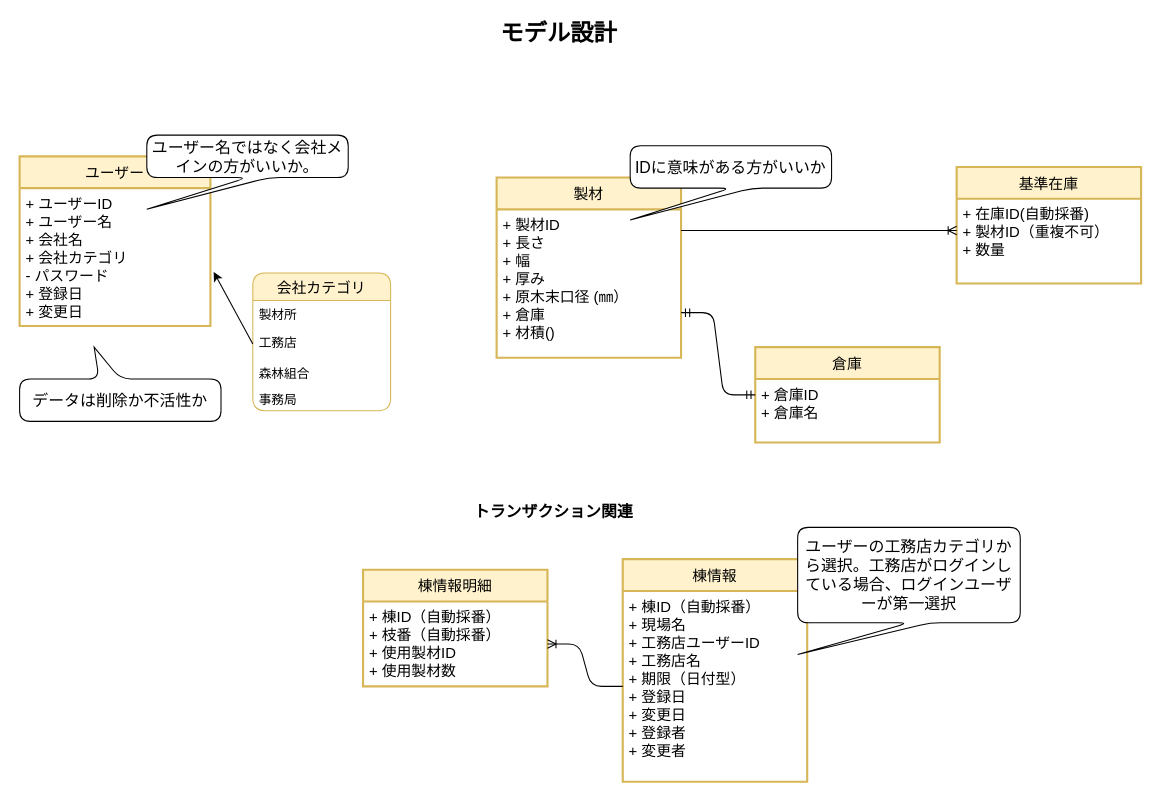
This is 2.モデル図.dio from sutefu23/yame-supply, a draw.io file, before an edit. Source tidied: cells renumbered, new cells numbered last; positions are measured from the earlier drawing's top-left corner, leaving out a move shared by most shapes. Both pictures are drawn from the tidied source at 106%, with x=0, y=0 at pixel (19, 18).
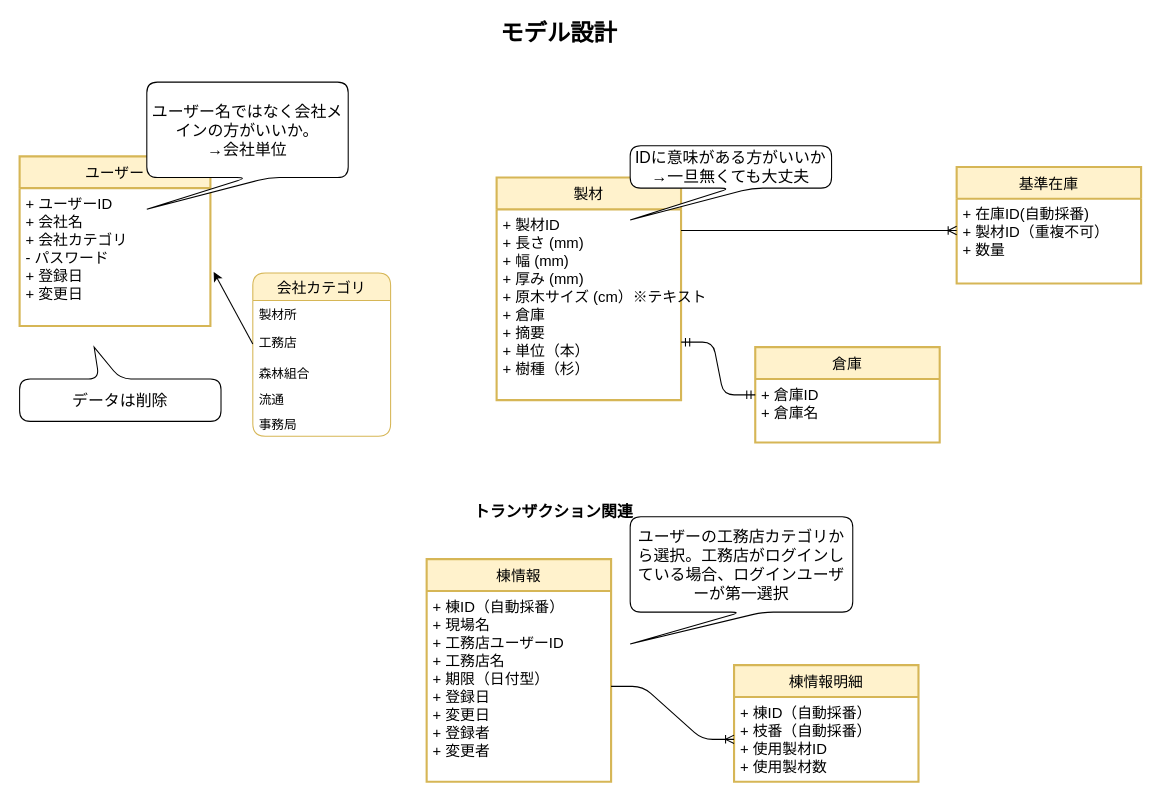
After the change.

Commit message (it also covers changes not shown here):
8月31日話し合い

Unchanged cells that the change refers to:
```xml
<mxCell id="2" value="ユーザー" style="swimlane;horizontal=1;startSize=30;rounded=0;fontSize=14;fontStyle=0;strokeWidth=2;shadow=0;dashed=0;align=center;swimlaneLine=1;fillColor=#fff2cc;strokeColor=#d6b656;" parent="1" vertex="1">
  <mxGeometry y="130" width="180" height="160" as="geometry" />
</mxCell>
```

What changed in the source:
```diff
@@
-    <mxCell id="3" value="+ ユーザーID&#10;+ ユーザー名&#10;+ 会社名&#10;+ 会社カテゴリ&#10;- パスワード&#10;+ 登録日&#10;+ 変更日&#10;" style="align=left;strokeColor=none;fillColor=none;spacingLeft=4;fontSize=14;verticalAlign=top;" parent="2" vertex="1">
+    <mxCell id="3" value="+ ユーザーID&#10;+ 会社名&#10;+ 会社カテゴリ&#10;- パスワード&#10;+ 登録日&#10;+ 変更日&#10;" style="align=left;strokeColor=none;fillColor=none;spacingLeft=4;fontSize=14;verticalAlign=top;" parent="2" vertex="1">
       <mxGeometry y="30" width="180" height="130" as="geometry" />
     </mxCell>
     <mxCell id="4" value="製材" style="swimlane;horizontal=1;startSize=30;rounded=0;fontSize=14;fontStyle=0;strokeWidth=2;shadow=0;dashed=0;align=center;fillColor=#fff2cc;strokeColor=#d6b656;" parent="1" vertex="1">
-      <mxGeometry x="450" y="150" width="174" height="170" as="geometry" />
+      <mxGeometry x="450" y="150" width="174" height="210" as="geometry" />
     </mxCell>
-    <mxCell id="5" value="+ 製材ID&#10;+ 長さ&#10;+ 幅&#10;+ 厚み&#10;+ 原木末口径 (㎜）&#10;+ 倉庫&#10;+ 材積()" style="align=left;strokeColor=none;fillColor=none;spacingLeft=4;fontSize=14;verticalAlign=top;" parent="4" vertex="1">
-      <mxGeometry y="30" width="174" height="140" as="geometry" />
+    <mxCell id="5" value="+ 製材ID&#10;+ 長さ (mm)&#10;+ 幅 (mm)&#10;+ 厚み (mm)&#10;+ 原木サイズ (cm）※テキスト&#10;+ 倉庫&#10;+ 摘要&#10;+ 単位（本）&#10;+ 樹種（杉）" style="align=left;strokeColor=none;fillColor=none;spacingLeft=4;fontSize=14;verticalAlign=top;" parent="4" vertex="1">
+      <mxGeometry y="30" width="174" height="180" as="geometry" />
     </mxCell>
@@
     <mxCell id="7" value="会社カテゴリ" style="swimlane;fontStyle=0;horizontal=1;startSize=26;align=center;fontSize=14;rounded=1;fillColor=#fff2cc;strokeColor=#d6b656;" parent="1" vertex="1">
-      <mxGeometry x="220" y="240" width="130" height="130" as="geometry" />
+      <mxGeometry x="220" y="240" width="130" height="154" as="geometry" />
     </mxCell>
@@
+    <mxCell id="31" value="流通" style="text;strokeColor=none;fillColor=none;spacingLeft=4;spacingRight=4;overflow=hidden;fontSize=12;" parent="7" vertex="1">
+      <mxGeometry y="106" width="130" height="24" as="geometry" />
+    </mxCell>
     <mxCell id="11" value="事務局" style="text;strokeColor=none;fillColor=none;spacingLeft=4;spacingRight=4;overflow=hidden;fontSize=12;" parent="7" vertex="1">
-      <mxGeometry y="106" width="130" height="24" as="geometry" />
+      <mxGeometry y="130" width="130" height="24" as="geometry" />
     </mxCell>
@@
-    <mxCell id="13" value="ユーザー名ではなく会社メインの方がいいか。" style="shape=callout;whiteSpace=wrap;html=1;perimeter=calloutPerimeter;rounded=1;fontSize=15;position2=0;" parent="1" vertex="1">
-      <mxGeometry x="120" y="110" width="190" height="70" as="geometry" />
+    <mxCell id="13" value="ユーザー名ではなく会社メインの方がいいか。&lt;br&gt;→会社単位" style="shape=callout;whiteSpace=wrap;html=1;perimeter=calloutPerimeter;rounded=1;fontSize=15;position2=0;" parent="1" vertex="1">
+      <mxGeometry x="120" y="60" width="190" height="120" as="geometry" />
     </mxCell>
     <mxCell id="14" value="棟情報" style="swimlane;horizontal=1;startSize=30;rounded=0;fontSize=14;fontStyle=0;strokeWidth=2;shadow=0;dashed=0;align=center;fillColor=#fff2cc;strokeColor=#d6b656;" parent="1" vertex="1">
-      <mxGeometry x="569" y="510" width="174" height="210" as="geometry" />
+      <mxGeometry x="384" y="510" width="174" height="210" as="geometry" />
     </mxCell>
@@
-    <mxCell id="17" value="IDに意味がある方がいいか" style="shape=callout;whiteSpace=wrap;html=1;perimeter=calloutPerimeter;rounded=1;fontSize=15;position2=0;" parent="1" vertex="1">
+    <mxCell id="17" value="IDに意味がある方がいいか&lt;br&gt;→一旦無くても大丈夫" style="shape=callout;whiteSpace=wrap;html=1;perimeter=calloutPerimeter;rounded=1;fontSize=15;position2=0;" parent="1" vertex="1">
       <mxGeometry x="576" y="120" width="190" height="70" as="geometry" />
     </mxCell>
@@
     <mxCell id="22" value="ユーザーの工務店カテゴリから選択。工務店がログインしている場合、ログインユーザーが第一選択" style="shape=callout;whiteSpace=wrap;html=1;perimeter=calloutPerimeter;rounded=1;fontSize=15;position2=0;" parent="1" vertex="1">
-      <mxGeometry x="734" y="480" width="210" height="120" as="geometry" />
+      <mxGeometry x="576" y="470" width="210" height="120" as="geometry" />
     </mxCell>
@@
     <mxCell id="26" value="棟情報明細" style="swimlane;horizontal=1;startSize=30;rounded=0;fontSize=14;fontStyle=0;strokeWidth=2;shadow=0;dashed=0;align=center;fillColor=#fff2cc;strokeColor=#d6b656;" parent="1" vertex="1">
-      <mxGeometry x="324" y="520" width="174" height="110" as="geometry" />
+      <mxGeometry x="674" y="610" width="174" height="110" as="geometry" />
     </mxCell>
@@
-    <mxCell id="30" value="データは削除か不活性か" style="shape=callout;whiteSpace=wrap;html=1;perimeter=calloutPerimeter;rounded=1;fontSize=15;position2=0.63;direction=west;" parent="1" vertex="1">
+    <mxCell id="30" value="データは削除" style="shape=callout;whiteSpace=wrap;html=1;perimeter=calloutPerimeter;rounded=1;fontSize=15;position2=0.63;direction=west;" parent="1" vertex="1">
       <mxGeometry y="310" width="190" height="70" as="geometry" />
     </mxCell>
```
